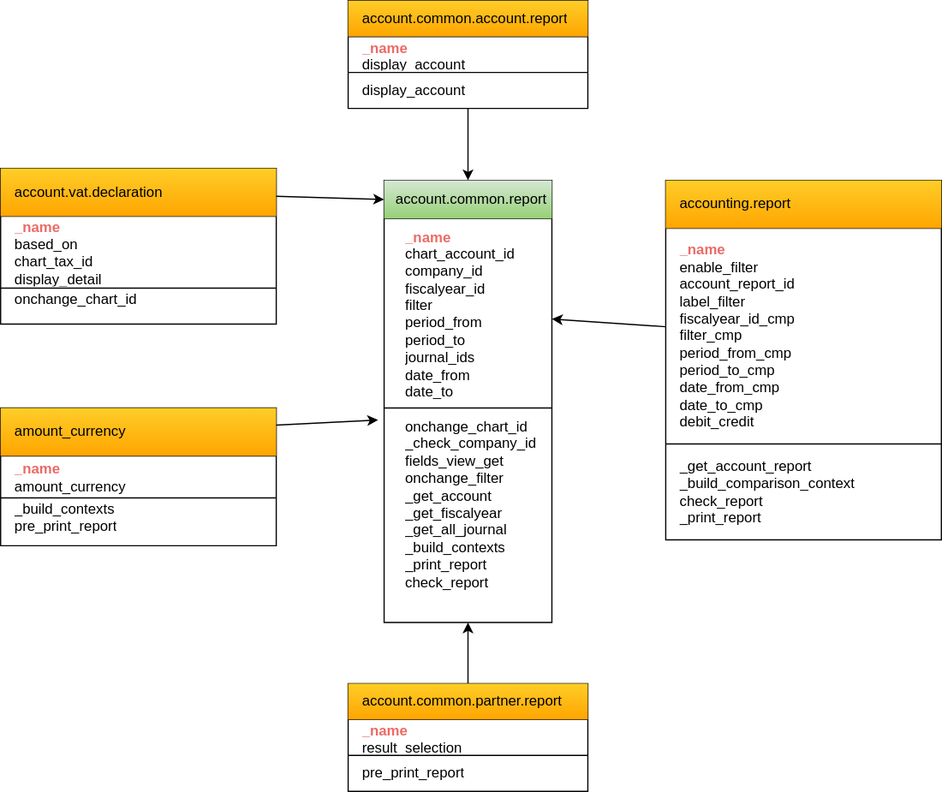
The draw.io diagram Actions.drawio.svg in jp-sft/odoo-models-diagrams, before a commit. Source tidied: cells renumbered, new cells last; positions are measured from the earlier drawing's top-left corner, leaving out a move shared by most shapes.
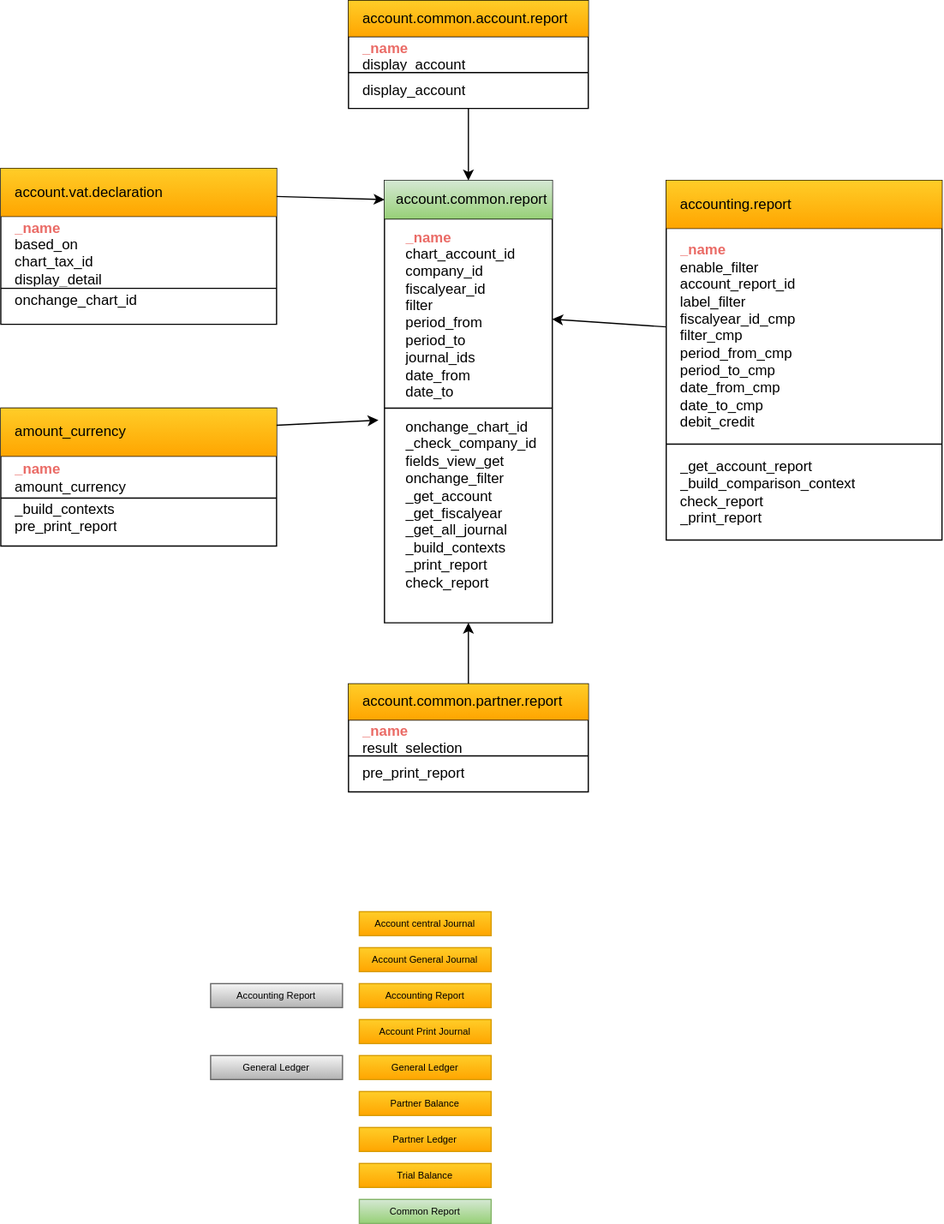
Above is the later version.

The edit, as a diff of the source:
```diff
@@ -155,5 +155,38 @@
     <mxCell id="50" style="edgeStyle=none;rounded=0;jettySize=auto;html=1;fontSize=8;fontColor=default;align=left;spacingLeft=10;" parent="1" edge="1" source="29" target="7">
       <mxGeometry relative="1" as="geometry" />
     </mxCell>
+    <mxCell id="51" value="&lt;font color=&quot;#000000&quot;&gt;Common Report&lt;/font&gt;" style="rounded=0;whiteSpace=wrap;html=1;shadow=0;labelBackgroundColor=none;fillStyle=auto;fontSize=8;fillColor=#d5e8d4;gradientColor=#97d077;strokeColor=#82b366;" parent="1" vertex="1">
+      <mxGeometry x="304" y="1000" width="110" height="20" as="geometry" />
+    </mxCell>
+    <mxCell id="52" value="Account central Journal" style="rounded=0;whiteSpace=wrap;html=1;shadow=0;labelBackgroundColor=none;fillStyle=auto;fontSize=8;fillColor=#ffcd28;gradientColor=#ffa500;strokeColor=#d79b00;" parent="1" vertex="1">
+      <mxGeometry x="304" y="760" width="110" height="20" as="geometry" />
+    </mxCell>
+    <mxCell id="53" value="Account General Journal" style="rounded=0;whiteSpace=wrap;html=1;shadow=0;labelBackgroundColor=none;fillStyle=auto;fontSize=8;fillColor=#ffcd28;gradientColor=#ffa500;strokeColor=#d79b00;" parent="1" vertex="1">
+      <mxGeometry x="304" y="790" width="110" height="20" as="geometry" />
+    </mxCell>
+    <mxCell id="54" value="Accounting Report" style="rounded=0;whiteSpace=wrap;html=1;shadow=0;labelBackgroundColor=none;fillStyle=auto;fontSize=8;fillColor=#ffcd28;gradientColor=#ffa500;strokeColor=#d79b00;" parent="1" vertex="1">
+      <mxGeometry x="304" y="820" width="110" height="20" as="geometry" />
+    </mxCell>
+    <mxCell id="55" value="Accounting Report" style="rounded=0;whiteSpace=wrap;html=1;shadow=0;labelBackgroundColor=none;fillStyle=auto;fontSize=8;fillColor=#f5f5f5;gradientColor=#b3b3b3;strokeColor=#666666;" parent="1" vertex="1">
+      <mxGeometry x="180" y="820" width="110" height="20" as="geometry" />
+    </mxCell>
+    <mxCell id="56" value="Account Print Journal" style="rounded=0;whiteSpace=wrap;html=1;shadow=0;labelBackgroundColor=none;fillStyle=auto;fontSize=8;fillColor=#ffcd28;gradientColor=#ffa500;strokeColor=#d79b00;" parent="1" vertex="1">
+      <mxGeometry x="304" y="850" width="110" height="20" as="geometry" />
+    </mxCell>
+    <mxCell id="57" value="General Ledger" style="rounded=0;whiteSpace=wrap;html=1;shadow=0;labelBackgroundColor=none;fillStyle=auto;fontSize=8;fillColor=#f5f5f5;gradientColor=#b3b3b3;strokeColor=#666666;" parent="1" vertex="1">
+      <mxGeometry x="180" y="880" width="110" height="20" as="geometry" />
+    </mxCell>
+    <mxCell id="58" value="Partner Balance" style="rounded=0;whiteSpace=wrap;html=1;shadow=0;labelBackgroundColor=none;fillStyle=auto;fontSize=8;fillColor=#ffcd28;gradientColor=#ffa500;strokeColor=#d79b00;" parent="1" vertex="1">
+      <mxGeometry x="304" y="910" width="110" height="20" as="geometry" />
+    </mxCell>
+    <mxCell id="59" value="Partner Ledger" style="rounded=0;whiteSpace=wrap;html=1;shadow=0;labelBackgroundColor=none;fillStyle=auto;fontSize=8;fillColor=#ffcd28;gradientColor=#ffa500;strokeColor=#d79b00;" parent="1" vertex="1">
+      <mxGeometry x="304" y="940" width="110" height="20" as="geometry" />
+    </mxCell>
+    <mxCell id="60" value="Trial Balance" style="rounded=0;whiteSpace=wrap;html=1;shadow=0;labelBackgroundColor=none;fillStyle=auto;fontSize=8;fillColor=#ffcd28;gradientColor=#ffa500;strokeColor=#d79b00;" parent="1" vertex="1">
+      <mxGeometry x="304" y="970" width="110" height="20" as="geometry" />
+    </mxCell>
+    <mxCell id="61" value="General Ledger" style="rounded=0;whiteSpace=wrap;html=1;shadow=0;labelBackgroundColor=none;fillStyle=auto;fontSize=8;fillColor=#ffcd28;gradientColor=#ffa500;strokeColor=#d79b00;" parent="1" vertex="1">
+      <mxGeometry x="304" y="880" width="110" height="20" as="geometry" />
+    </mxCell>
   </root>
 </mxGraphModel>
```
